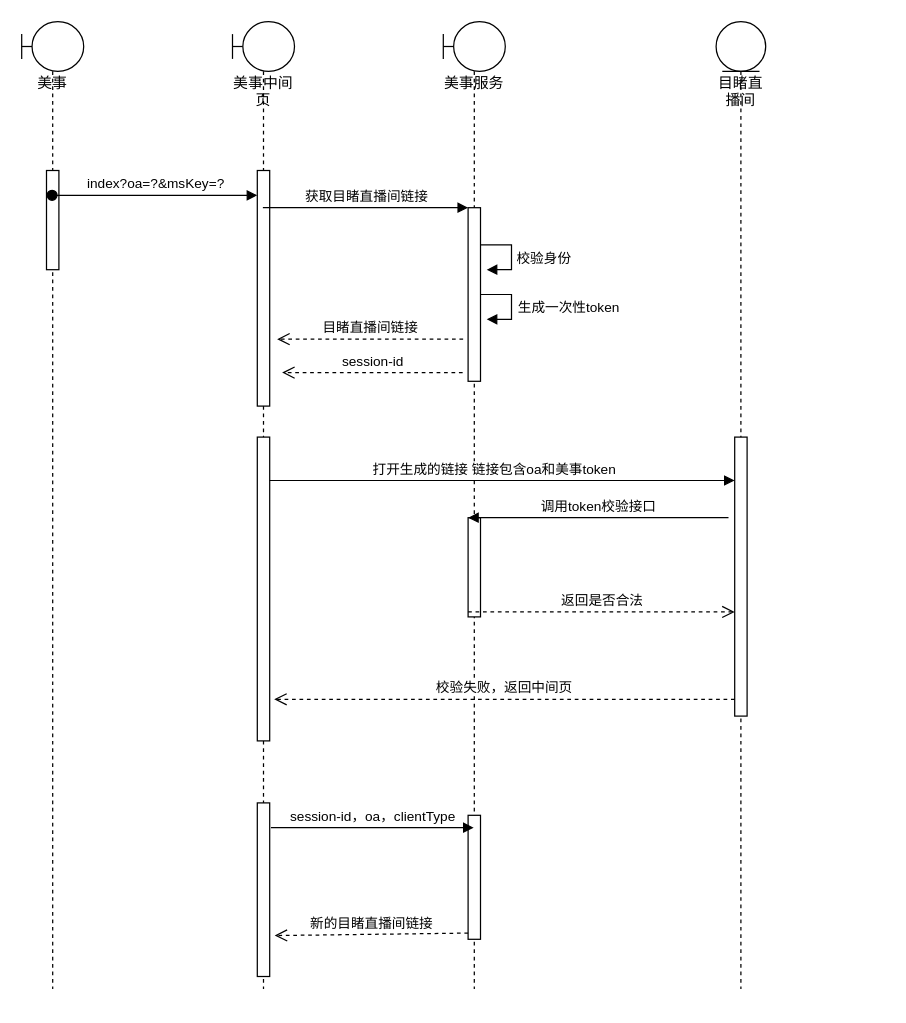
Above: page "Page-4" (4 of 4) of anquan.drawio in nullbull/uml (draw.io), before the change. Source tidied: cells renumbered, new cells numbered last; positions are measured from the earlier drawing's top-left corner, leaving out a move shared by most shapes. Both pictures are drawn from the tidied source at 124%, with x=0, y=0 at pixel (21, 21).
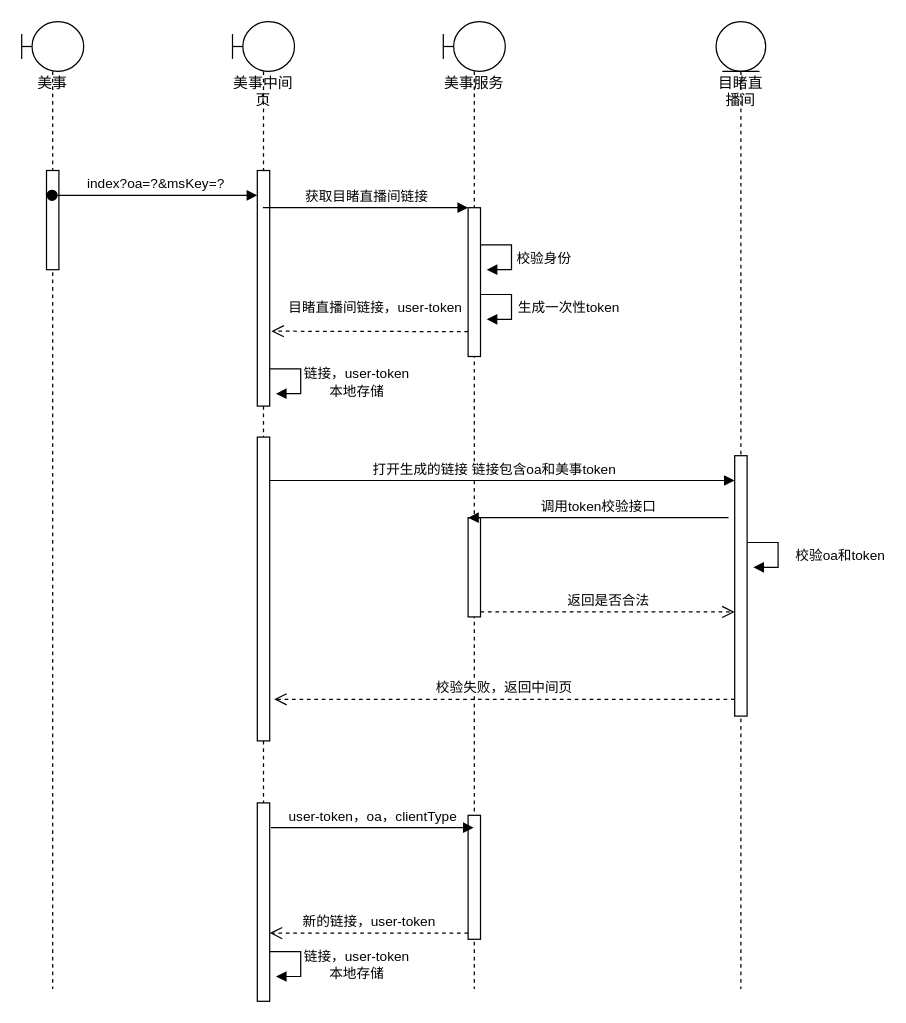
The same page after the edit.

Unchanged cells that the change refers to:
```xml
<mxCell id="5" style="html=1;points=[];perimeter=orthogonalPerimeter;" parent="4" vertex="1">
  <mxGeometry x="20" y="120" width="10" height="190" as="geometry" />
</mxCell>
<mxCell id="9" value="美事服务" style="shape=umlLifeline;participant=umlBoundary;perimeter=lifelinePerimeter;whiteSpace=wrap;html=1;verticalAlign=top;spacingTop=36;outlineConnect=0;" parent="1" vertex="1">
  <mxGeometry x="340" width="50" height="780" as="geometry" />
</mxCell>
<mxCell id="12" style="html=1;points=[];perimeter=orthogonalPerimeter;" parent="9" vertex="1">
  <mxGeometry x="20" y="640" width="10" height="100" as="geometry" />
</mxCell>
<mxCell id="13" value="&lt;span&gt;目睹直播间&lt;/span&gt;" style="shape=umlLifeline;participant=umlEntity;perimeter=lifelinePerimeter;whiteSpace=wrap;html=1;verticalAlign=top;spacingTop=36;" parent="1" vertex="1">
  <mxGeometry x="560" width="40" height="780" as="geometry" />
</mxCell>
```

Diff of the diagram source:
```diff
@@
     <mxCell id="4" value="美事中间页" style="shape=umlLifeline;participant=umlBoundary;perimeter=lifelinePerimeter;whiteSpace=wrap;html=1;verticalAlign=top;spacingTop=36;outlineConnect=0;" parent="1" vertex="1">
-      <mxGeometry x="170" width="50" height="780" as="geometry" />
+      <mxGeometry x="170" width="50" height="790" as="geometry" />
     </mxCell>
@@
     <mxCell id="7" style="html=1;points=[];perimeter=orthogonalPerimeter;" parent="4" vertex="1">
-      <mxGeometry x="20" y="630" width="10" height="140" as="geometry" />
+      <mxGeometry x="20" y="630" width="10" height="160" as="geometry" />
     </mxCell>
@@
     <mxCell id="10" style="html=1;points=[];perimeter=orthogonalPerimeter;" parent="9" vertex="1">
-      <mxGeometry x="20" y="150" width="10" height="140" as="geometry" />
+      <mxGeometry x="20" y="150" width="10" height="120" as="geometry" />
     </mxCell>
@@
     <mxCell id="14" style="html=1;points=[];perimeter=orthogonalPerimeter;" parent="13" vertex="1">
-      <mxGeometry x="15" y="335" width="10" height="225" as="geometry" />
+      <mxGeometry x="15" y="350" width="10" height="210" as="geometry" />
     </mxCell>
@@
-    <mxCell id="16" value="目睹直播间链接" style="html=1;verticalAlign=bottom;endArrow=open;dashed=1;endSize=8;" parent="1" edge="1">
-      <mxGeometry relative="1" as="geometry">
-        <mxPoint x="356" y="256" as="sourcePoint" />
-        <mxPoint x="206" y="256" as="targetPoint" />
-      </mxGeometry>
-    </mxCell>
@@
-    <mxCell id="24" value="返回是否合法" style="html=1;verticalAlign=bottom;endArrow=open;dashed=1;endSize=8;exitX=0;exitY=0.95;" parent="1" edge="1" target="14">
+    <mxCell id="24" value="返回是否合法" style="html=1;verticalAlign=bottom;endArrow=open;dashed=1;endSize=8;" parent="1" edge="1" target="14">
       <mxGeometry relative="1" as="geometry">
-        <mxPoint x="360" y="476" as="sourcePoint" />
+        <mxPoint x="370" y="476" as="sourcePoint" />
       </mxGeometry>
     </mxCell>
-    <mxCell id="25" value="session-id" style="html=1;verticalAlign=bottom;endArrow=open;dashed=1;endSize=8;exitX=-0.44;exitY=0.95;exitDx=0;exitDy=0;exitPerimeter=0;" parent="1" edge="1" source="10">
-      <mxGeometry relative="1" as="geometry">
-        <mxPoint x="210" y="283" as="targetPoint" />
-      </mxGeometry>
-    </mxCell>
-    <mxCell id="26" value="session-id，oa，clientType" style="html=1;verticalAlign=bottom;endArrow=block;" parent="1" edge="1" target="9">
+    <mxCell id="26" value="user-token，oa，clientType" style="html=1;verticalAlign=bottom;endArrow=block;" parent="1" edge="1" target="9">
       <mxGeometry relative="1" as="geometry">
         <mxPoint x="201" y="650" as="sourcePoint" />
       </mxGeometry>
     </mxCell>
-    <mxCell id="27" value="新的目睹直播间链接" style="html=1;verticalAlign=bottom;endArrow=open;dashed=1;endSize=8;exitX=0;exitY=0.95;" parent="1" edge="1" source="12">
-      <mxGeometry relative="1" as="geometry">
-        <mxPoint x="204" y="737" as="targetPoint" />
-      </mxGeometry>
+    <mxCell id="27" value="新的链接，user-token" style="html=1;verticalAlign=bottom;endArrow=open;dashed=1;endSize=8;exitX=0;exitY=0.95;" parent="1" edge="1" source="12" target="7">
+      <mxGeometry relative="1" as="geometry" />
     </mxCell>
+    <mxCell id="28" style="edgeStyle=orthogonalEdgeStyle;html=1;align=left;spacingLeft=2;endArrow=block;rounded=0;entryX=1;entryY=0;" parent="1" edge="1">
+      <mxGeometry relative="1" as="geometry">
+        <mxPoint x="585" y="420" as="sourcePoint" />
+        <mxPoint x="590" y="440" as="targetPoint" />
+        <Array as="points">
+          <mxPoint x="610" y="420" />
+          <mxPoint x="610" y="440" />
+        </Array>
+      </mxGeometry>
+    </mxCell>
+    <mxCell id="29" value="校验oa和token" style="edgeLabel;html=1;align=center;verticalAlign=middle;" parent="28" vertex="1">
+      <mxGeometry x="-0.33" y="4" relative="1" as="geometry">
+        <mxPoint x="52.9" y="14" as="offset" />
+      </mxGeometry>
+    </mxCell>
+    <mxCell id="30" style="edgeStyle=orthogonalEdgeStyle;html=1;align=left;spacingLeft=2;endArrow=block;rounded=0;entryX=1;entryY=0;" parent="1" edge="1">
+      <mxGeometry relative="1" as="geometry">
+        <mxPoint x="200" y="280" as="sourcePoint" />
+        <mxPoint x="205" y="300" as="targetPoint" />
+        <Array as="points">
+          <mxPoint x="225" y="280" />
+          <mxPoint x="225" y="300" />
+        </Array>
+      </mxGeometry>
+    </mxCell>
+    <mxCell id="31" value="链接，user-token&lt;br&gt;本地存储" style="edgeLabel;html=1;align=center;verticalAlign=middle;" parent="30" vertex="1">
+      <mxGeometry x="-0.33" y="4" relative="1" as="geometry">
+        <mxPoint x="47.9" y="14" as="offset" />
+      </mxGeometry>
+    </mxCell>
+    <mxCell id="16" value="目睹直播间链接，user-token" style="html=1;verticalAlign=bottom;endArrow=open;dashed=1;endSize=8;exitX=0;exitY=0.833;exitDx=0;exitDy=0;exitPerimeter=0;entryX=1.132;entryY=0.682;entryDx=0;entryDy=0;entryPerimeter=0;" parent="1" edge="1" source="10" target="5">
+      <mxGeometry x="-0.07" y="-10" relative="1" as="geometry">
+        <mxPoint x="-1" as="offset" />
+      </mxGeometry>
+    </mxCell>
+    <mxCell id="32" style="edgeStyle=orthogonalEdgeStyle;html=1;align=left;spacingLeft=2;endArrow=block;rounded=0;entryX=1;entryY=0;" parent="1" edge="1">
+      <mxGeometry relative="1" as="geometry">
+        <mxPoint x="200" y="750" as="sourcePoint" />
+        <mxPoint x="205" y="770" as="targetPoint" />
+        <Array as="points">
+          <mxPoint x="225" y="750" />
+          <mxPoint x="225" y="770" />
+        </Array>
+      </mxGeometry>
+    </mxCell>
+    <mxCell id="33" value="链接，user-token&lt;br&gt;本地存储" style="edgeLabel;html=1;align=center;verticalAlign=middle;" parent="32" vertex="1">
+      <mxGeometry x="-0.33" y="4" relative="1" as="geometry">
+        <mxPoint x="47.9" y="14" as="offset" />
+      </mxGeometry>
+    </mxCell>
```
